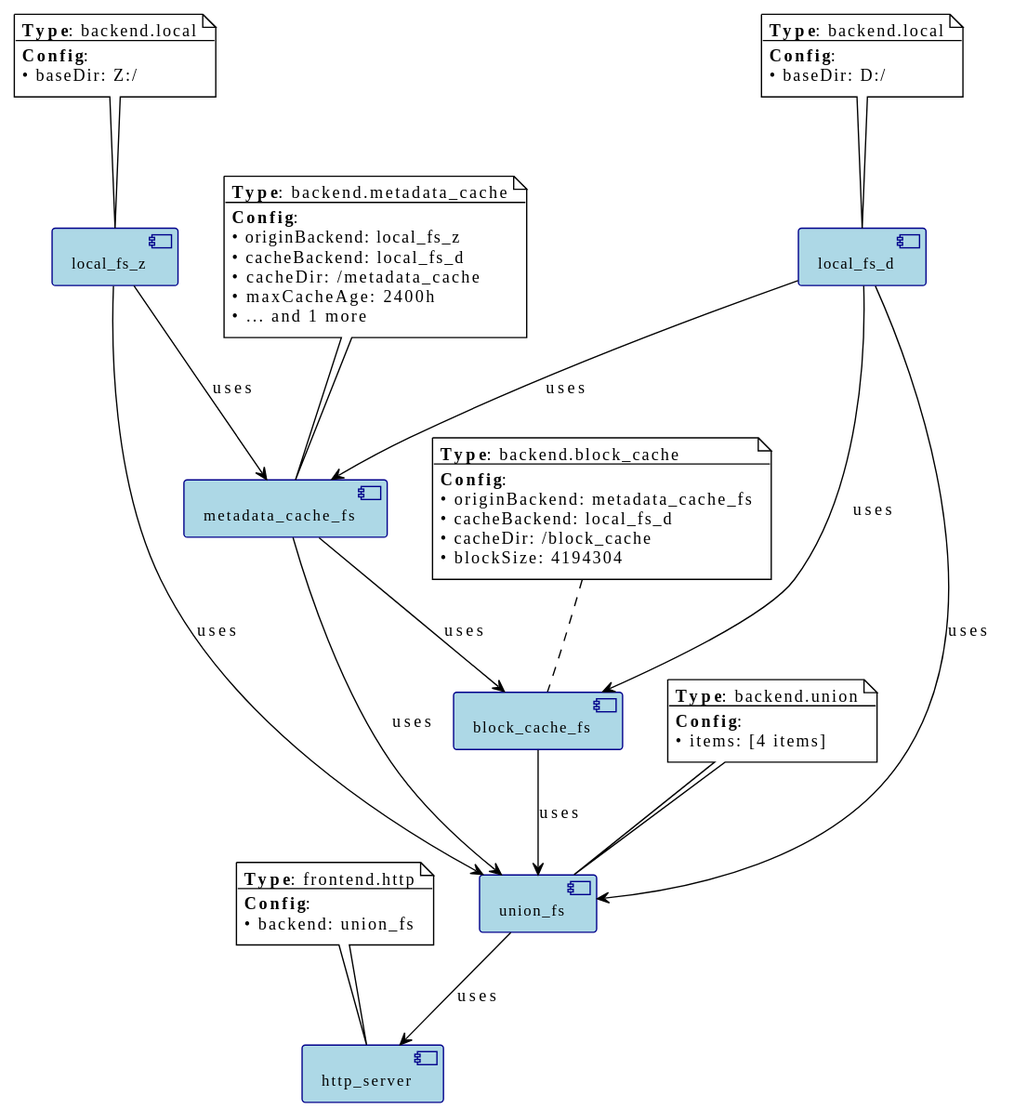
Before: bin/component_diagram.svg, a diagram exported from PlantUML (zhangzqs/vfs_framework).
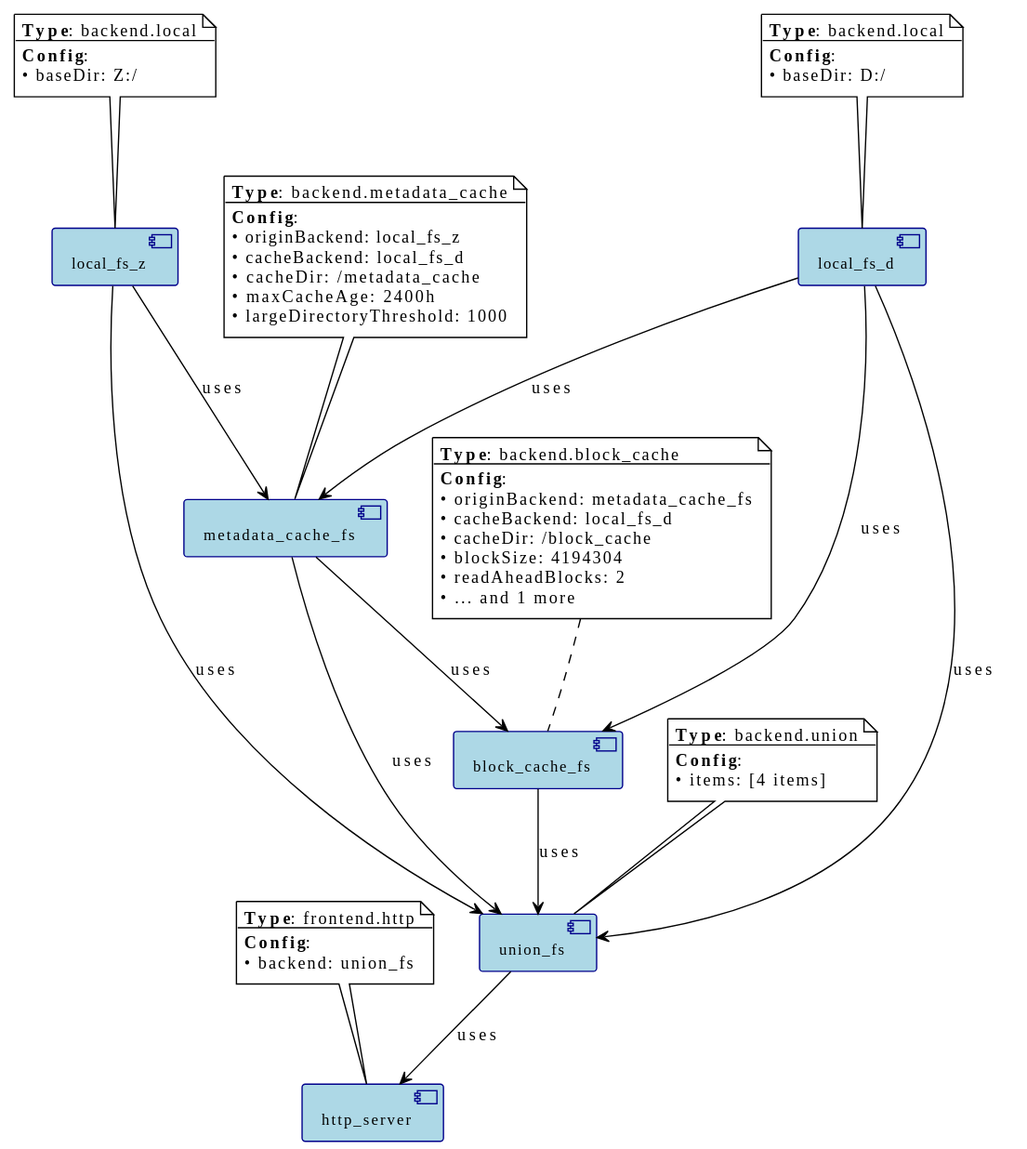
After the commit.

The edit, as a diff of the source:
```diff
@@ -33,7 +33,7 @@
   • cacheBackend: local_fs_d
   • cacheDir: /metadata_cache
   • maxCacheAge: 2400h
-  • ... and 1 more
+  • largeDirectoryThreshold: 1000
 end note
 
 component [block_cache_fs] as block_cache_fs
@@ -45,6 +45,8 @@
   • cacheBackend: local_fs_d
   • cacheDir: /block_cache
   • blockSize: 4194304
+  • readAheadBlocks: 2
+  • ... and 1 more
 end note
 
 component [union_fs] as union_fs
```
